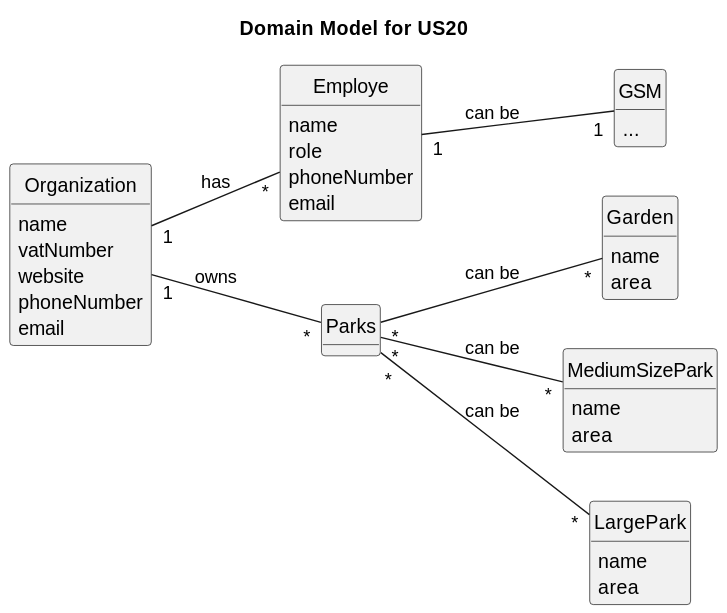
Earlier version of the PlantUML export docs/sprintC/us020/02.analysis/svg/us020-domain-model-Domain_Model_for_US20.svg (Departamento-de-Engenharia-Informatica/greenspace-management).
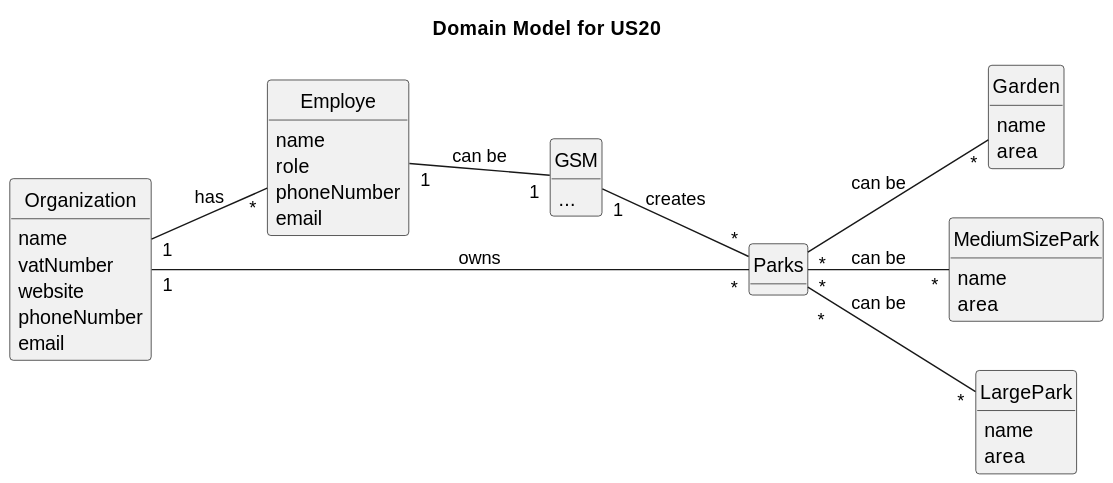
Above is the later version.

What changed in the source:
```diff
@@ -55,4 +55,5 @@
 Parks "*" -- "*" Garden : can be
 Parks "*" -- "*" MediumSizePark : can be
 Parks "*" -- "*" LargePark : can be
+GSM "1" -- "*" Parks : creates
 @enduml
```
